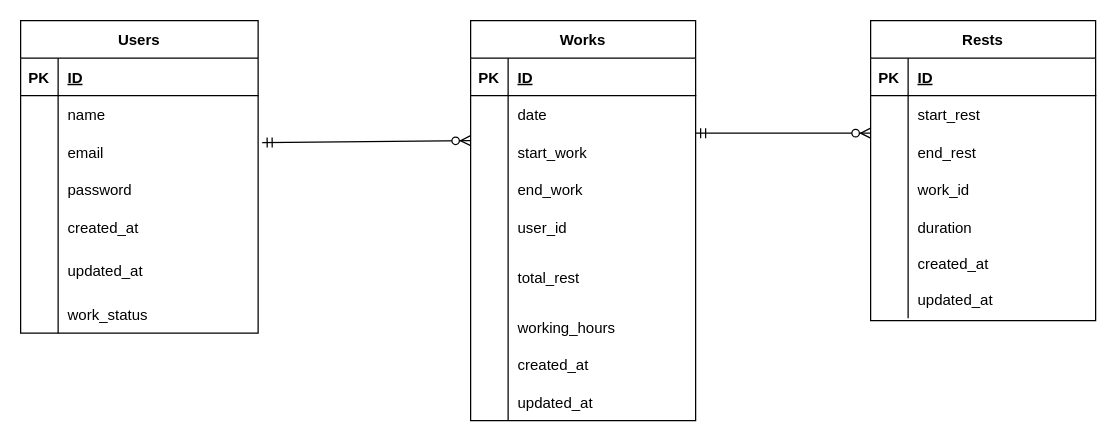
Above: src/atte.dio in Yue019/atte1 (draw.io), before the change. Source tidied: cells renumbered, new cells numbered last; positions are measured from the earlier drawing's top-left corner, leaving out a move shared by most shapes. Both pictures are drawn from the tidied source at 125%, with x=0, y=0 at pixel (20, 20).
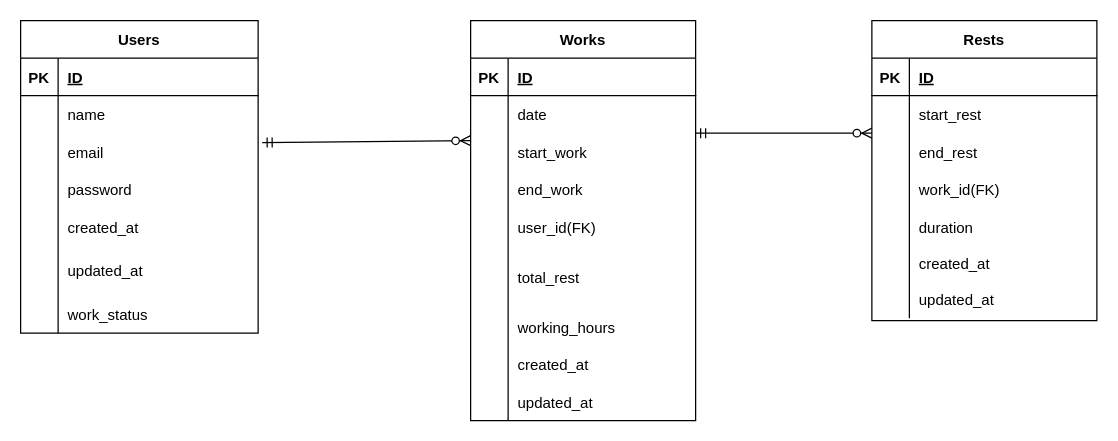
The same diagram, later.

Unchanged cells that the change refers to:
```xml
<mxCell id="37" style="shape=tableRow;horizontal=0;startSize=0;swimlaneHead=0;swimlaneBody=0;fillColor=none;top=0;left=0;right=0;bottom=0;" parent="24" vertex="1">
  <mxGeometry y="150" width="180" height="30" as="geometry" />
</mxCell>
<mxCell id="62" style="shape=tableRow;horizontal=0;startSize=0;swimlaneHead=0;swimlaneBody=0;fillColor=none;top=0;left=0;right=0;bottom=0;" parent="52" vertex="1">
  <mxGeometry y="120" width="180" height="30" as="geometry" />
</mxCell>
```

What changed in the source:
```diff
@@
-    <mxCell id="39" value="user_id" style="shape=partialRectangle;fillColor=none;top=0;left=0;bottom=0;right=0;align=left;spacingLeft=6;overflow=hidden;" parent="37" vertex="1">
+    <mxCell id="39" value="user_id(FK)" style="shape=partialRectangle;fillColor=none;top=0;left=0;bottom=0;right=0;align=left;spacingLeft=6;overflow=hidden;" parent="37" vertex="1">
       <mxGeometry x="30" width="150" height="30" as="geometry" />
     </mxCell>
@@
     <mxCell id="52" value="Rests" style="shape=table;startSize=30;childLayout=tableLayout;rowLines=0;fontStyle=1;align=center;" parent="1" vertex="1">
-      <mxGeometry x="680" width="180" height="240" as="geometry" />
+      <mxGeometry x="681" width="180" height="240" as="geometry" />
     </mxCell>
@@
-    <mxCell id="64" value="work_id" style="shape=partialRectangle;fillColor=none;top=0;left=0;bottom=0;right=0;align=left;spacingLeft=6;overflow=hidden;" parent="62" vertex="1">
+    <mxCell id="64" value="work_id(FK)" style="shape=partialRectangle;fillColor=none;top=0;left=0;bottom=0;right=0;align=left;spacingLeft=6;overflow=hidden;" parent="62" vertex="1">
       <mxGeometry x="30" width="150" height="30" as="geometry" />
     </mxCell>
```
